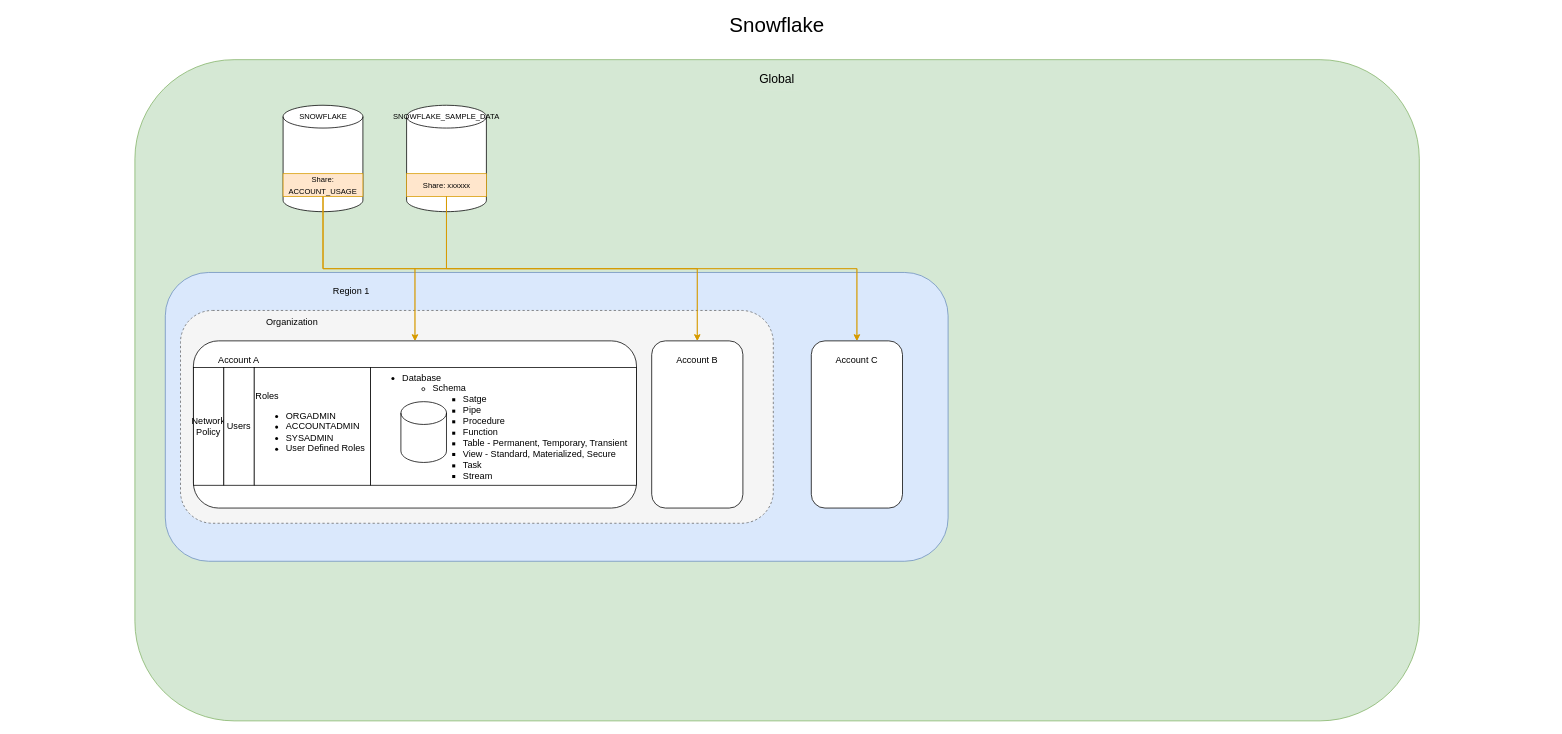
Before: Untitled Diagram.drawio in nandhinipv/Snowflake, a draw.io diagram. Source tidied: cells renumbered, new cells numbered last; positions are measured from the earlier drawing's top-left corner, leaving out a move shared by most shapes. Both pictures are drawn from the tidied source at 76%, with x=0, y=0 at pixel (135, 14).
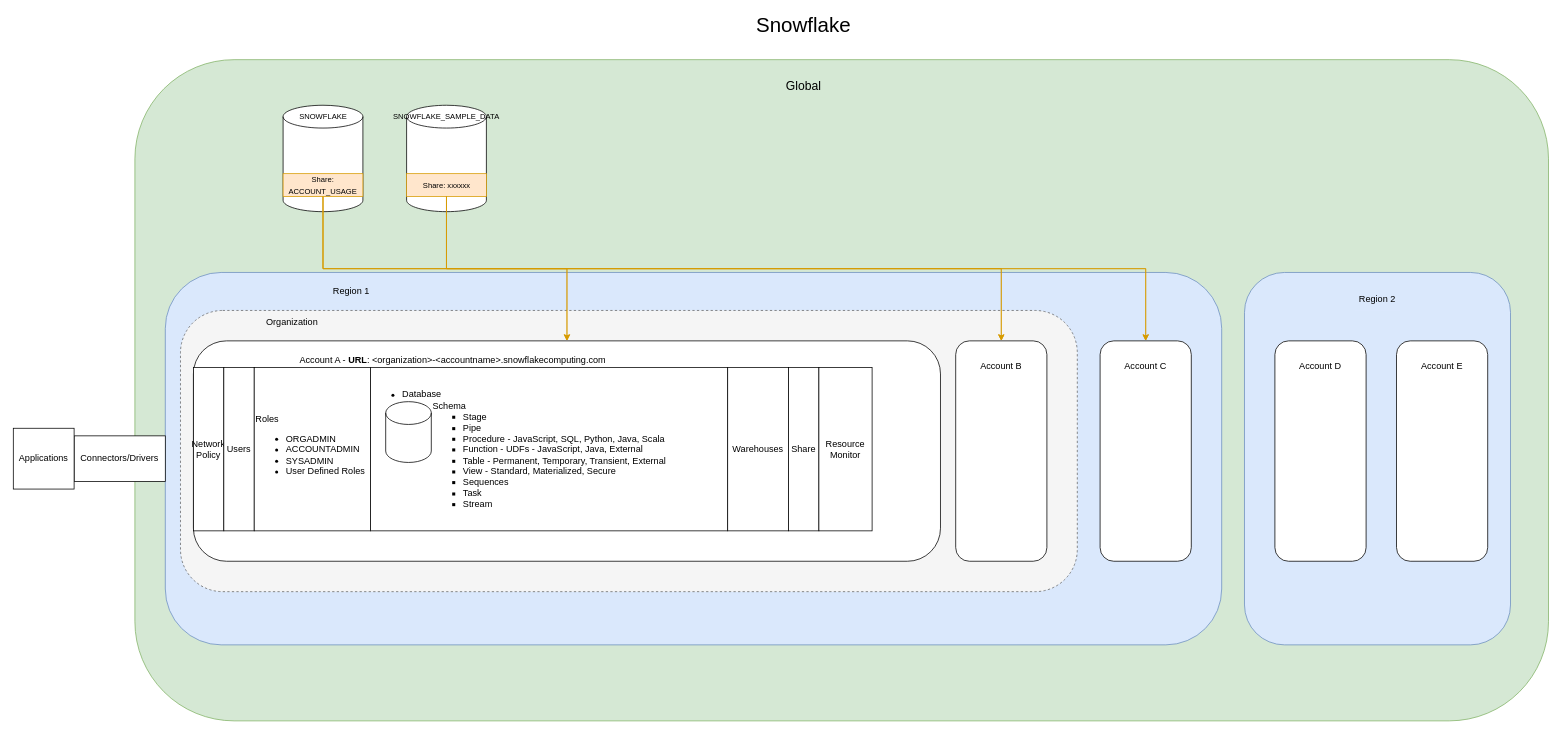
Above is the later version.

Diff of the diagram source:
```diff
@@
     <mxCell id="2" style="rounded=1;whiteSpace=wrap;html=1;fillColor=#d5e8d4;strokeColor=#82b366;" parent="1" vertex="1">
-      <mxGeometry y="60" width="1690" height="870" as="geometry" />
+      <mxGeometry y="60" width="1860" height="870" as="geometry" />
     </mxCell>
     <mxCell id="3" style="rounded=1;whiteSpace=wrap;html=1;fillColor=#dae8fc;strokeColor=#6c8ebf;" parent="1" vertex="1">
-      <mxGeometry x="40" y="340" width="1030" height="380" as="geometry" />
+      <mxGeometry x="40" y="340" width="1390" height="490" as="geometry" />
     </mxCell>
     <mxCell id="4" style="rounded=1;whiteSpace=wrap;html=1;fillColor=#f5f5f5;fontColor=#333333;strokeColor=#666666;dashed=1;" parent="1" vertex="1">
-      <mxGeometry x="60" y="390" width="780" height="280" as="geometry" />
+      <mxGeometry x="60" y="390" width="1180" height="370" as="geometry" />
     </mxCell>
     <mxCell id="5" style="rounded=1;whiteSpace=wrap;html=1;" parent="1" vertex="1">
-      <mxGeometry x="77" y="430" width="583" height="220" as="geometry" />
+      <mxGeometry x="77" y="430" width="983" height="290" as="geometry" />
     </mxCell>
-    <mxCell id="6" value="&lt;ul&gt;&lt;li&gt;Database&lt;/li&gt;&lt;ul&gt;&lt;li&gt;Schema&lt;/li&gt;&lt;ul&gt;&lt;li&gt;Satge&amp;nbsp;&lt;/li&gt;&lt;li&gt;Pipe&lt;/li&gt;&lt;li&gt;Procedure&lt;/li&gt;&lt;li&gt;Function&lt;/li&gt;&lt;li&gt;Table - Permanent, Temporary, Transient&lt;/li&gt;&lt;li&gt;View - Standard, Materialized, Secure&lt;/li&gt;&lt;li&gt;Task&lt;/li&gt;&lt;li&gt;Stream&lt;/li&gt;&lt;/ul&gt;&lt;/ul&gt;&lt;/ul&gt;" style="rounded=0;whiteSpace=wrap;html=1;align=left;" parent="1" vertex="1">
-      <mxGeometry x="310" y="465" width="350" height="155" as="geometry" />
+    <mxCell id="6" value="&lt;ul&gt;&lt;li&gt;Database&lt;/li&gt;&lt;ul&gt;&lt;li&gt;Schema&lt;/li&gt;&lt;ul&gt;&lt;li&gt;Stage&amp;nbsp;&lt;/li&gt;&lt;li&gt;Pipe&lt;/li&gt;&lt;li&gt;Procedure - JavaScript, SQL, Python, Java, Scala&lt;/li&gt;&lt;li&gt;Function - UDFs - JavaScript, Java, External&lt;/li&gt;&lt;li&gt;Table - Permanent, Temporary, Transient, External&lt;/li&gt;&lt;li&gt;View - Standard, Materialized, Secure&lt;/li&gt;&lt;li&gt;Sequences&lt;/li&gt;&lt;li&gt;Task&lt;/li&gt;&lt;li&gt;Stream&lt;/li&gt;&lt;/ul&gt;&lt;/ul&gt;&lt;/ul&gt;" style="rounded=0;whiteSpace=wrap;html=1;align=left;" parent="1" vertex="1">
+      <mxGeometry x="310" y="465" width="470" height="215" as="geometry" />
     </mxCell>
     <mxCell id="7" value="&lt;font style=&quot;font-size: 16px;&quot;&gt;Global&lt;/font&gt;" style="text;html=1;align=center;verticalAlign=middle;whiteSpace=wrap;rounded=0;fillColor=#d5e8d4;strokeColor=none;" parent="1" vertex="1">
-      <mxGeometry x="815" y="70" width="60" height="30" as="geometry" />
+      <mxGeometry x="850" y="80" width="60" height="30" as="geometry" />
     </mxCell>
@@
-    <mxCell id="22" value="Account A" style="text;html=1;align=center;verticalAlign=middle;whiteSpace=wrap;rounded=0;" parent="1" vertex="1">
-      <mxGeometry x="107" y="440" width="60" height="30" as="geometry" />
+    <mxCell id="22" value="Account A - &lt;b&gt;URL&lt;/b&gt;: &amp;lt;organization&amp;gt;-&amp;lt;accountname&amp;gt;.snowflakecomputing.com" style="text;html=1;align=center;verticalAlign=middle;whiteSpace=wrap;rounded=0;" parent="1" vertex="1">
+      <mxGeometry x="107" y="440" width="623" height="30" as="geometry" />
     </mxCell>
     <mxCell id="23" style="group;" parent="1" vertex="1">
-      <mxGeometry x="890" y="430" width="120" height="220" as="geometry" />
+      <mxGeometry x="1270" y="430" width="120" height="290" as="geometry" />
     </mxCell>
     <mxCell id="24" style="rounded=1;whiteSpace=wrap;html=1;" parent="23" vertex="1">
-      <mxGeometry width="120" height="220" as="geometry" />
+      <mxGeometry width="120" height="290" as="geometry" />
     </mxCell>
     <mxCell id="25" value="Account C" style="text;html=1;align=center;verticalAlign=middle;whiteSpace=wrap;rounded=0;" parent="23" vertex="1">
-      <mxGeometry x="30" y="10" width="60" height="30" as="geometry" />
+      <mxGeometry x="30" y="13.2" width="60" height="39.5" as="geometry" />
     </mxCell>
     <mxCell id="26" style="group;" parent="1" vertex="1">
-      <mxGeometry x="680" y="430" width="120" height="220" as="geometry" />
+      <mxGeometry x="1080" y="430" width="120" height="290" as="geometry" />
     </mxCell>
     <mxCell id="27" style="rounded=1;whiteSpace=wrap;html=1;" parent="26" vertex="1">
-      <mxGeometry width="120" height="220" as="geometry" />
+      <mxGeometry width="120" height="290" as="geometry" />
     </mxCell>
     <mxCell id="28" value="Account B" style="text;html=1;align=center;verticalAlign=middle;whiteSpace=wrap;rounded=0;" parent="26" vertex="1">
-      <mxGeometry x="30" y="10" width="60" height="30" as="geometry" />
+      <mxGeometry x="30" y="13.2" width="60" height="39.5" as="geometry" />
     </mxCell>
     <mxCell id="29" value="&lt;font style=&quot;font-size: 27px;&quot;&gt;Snowflake&lt;/font&gt;" style="text;html=1;align=center;verticalAlign=middle;whiteSpace=wrap;rounded=0;" parent="1" vertex="1">
-      <mxGeometry x="740" width="210" height="30" as="geometry" />
+      <mxGeometry x="775" width="210" height="30" as="geometry" />
     </mxCell>
     <mxCell id="30" style="shape=cylinder3;whiteSpace=wrap;html=1;boundedLbl=1;backgroundOutline=1;size=15;" parent="1" vertex="1">
-      <mxGeometry x="350" y="510" width="60" height="80" as="geometry" />
+      <mxGeometry x="330" y="510" width="60" height="80" as="geometry" />
     </mxCell>
     <mxCell id="31" value="Network Policy" style="rounded=0;whiteSpace=wrap;html=1;" parent="1" vertex="1">
-      <mxGeometry x="77" y="465" width="40" height="155" as="geometry" />
+      <mxGeometry x="77" y="465" width="40" height="215" as="geometry" />
     </mxCell>
     <mxCell id="32" value="Users" style="rounded=0;whiteSpace=wrap;html=1;" parent="1" vertex="1">
-      <mxGeometry x="117" y="465" width="40" height="155" as="geometry" />
+      <mxGeometry x="117" y="465" width="40" height="215" as="geometry" />
     </mxCell>
     <mxCell id="33" value="Roles&lt;div&gt;&lt;ul&gt;&lt;li&gt;ORGADMIN&lt;/li&gt;&lt;li&gt;ACCOUNTADMIN&lt;/li&gt;&lt;li&gt;SYSADMIN&lt;/li&gt;&lt;li&gt;User Defined Roles&lt;/li&gt;&lt;/ul&gt;&lt;/div&gt;" style="rounded=0;whiteSpace=wrap;html=1;align=left;" parent="1" vertex="1">
-      <mxGeometry x="157" y="465" width="153" height="155" as="geometry" />
+      <mxGeometry x="157" y="465" width="153" height="215" as="geometry" />
     </mxCell>
+    <mxCell id="34" value="Warehouses" style="rounded=0;whiteSpace=wrap;html=1;" parent="1" vertex="1">
+      <mxGeometry x="780" y="465" width="80" height="215" as="geometry" />
+    </mxCell>
+    <mxCell id="35" value="Share" style="rounded=0;whiteSpace=wrap;html=1;" parent="1" vertex="1">
+      <mxGeometry x="860" y="465" width="40" height="215" as="geometry" />
+    </mxCell>
+    <mxCell id="36" value="Resource Monitor" style="rounded=0;whiteSpace=wrap;html=1;" parent="1" vertex="1">
+      <mxGeometry x="900" y="465" width="70" height="215" as="geometry" />
+    </mxCell>
+    <mxCell id="37" value="Connectors/Drivers" style="rounded=0;whiteSpace=wrap;html=1;" parent="1" vertex="1">
+      <mxGeometry x="-80" y="555" width="120" height="60" as="geometry" />
+    </mxCell>
+    <mxCell id="38" value="Applications" style="whiteSpace=wrap;html=1;" parent="1" vertex="1">
+      <mxGeometry x="-160" y="545" width="80" height="80" as="geometry" />
+    </mxCell>
+    <mxCell id="39" style="rounded=1;whiteSpace=wrap;html=1;fillColor=#dae8fc;strokeColor=#6c8ebf;" parent="1" vertex="1">
+      <mxGeometry x="1460" y="340" width="350" height="490" as="geometry" />
+    </mxCell>
+    <mxCell id="40" style="group;" parent="1" vertex="1">
+      <mxGeometry x="1660" y="430" width="120" height="290" as="geometry" />
+    </mxCell>
+    <mxCell id="41" style="rounded=1;whiteSpace=wrap;html=1;" parent="40" vertex="1">
+      <mxGeometry width="120" height="290" as="geometry" />
+    </mxCell>
+    <mxCell id="42" value="Account E" style="text;html=1;align=center;verticalAlign=middle;whiteSpace=wrap;rounded=0;" parent="40" vertex="1">
+      <mxGeometry x="30" y="13.2" width="60" height="39.5" as="geometry" />
+    </mxCell>
+    <mxCell id="43" style="group;" parent="1" vertex="1">
+      <mxGeometry x="1500" y="430" width="120" height="290" as="geometry" />
+    </mxCell>
+    <mxCell id="44" style="rounded=1;whiteSpace=wrap;html=1;" parent="43" vertex="1">
+      <mxGeometry width="120" height="290" as="geometry" />
+    </mxCell>
+    <mxCell id="45" value="Account D" style="text;html=1;align=center;verticalAlign=middle;whiteSpace=wrap;rounded=0;" parent="43" vertex="1">
+      <mxGeometry x="30" y="13.2" width="60" height="39.5" as="geometry" />
+    </mxCell>
+    <mxCell id="46" value="Region 2" style="text;html=1;align=center;verticalAlign=middle;whiteSpace=wrap;rounded=0;fillColor=#dae8fc;strokeColor=none;" parent="1" vertex="1">
+      <mxGeometry x="1605" y="360" width="60" height="30" as="geometry" />
+    </mxCell>
```
